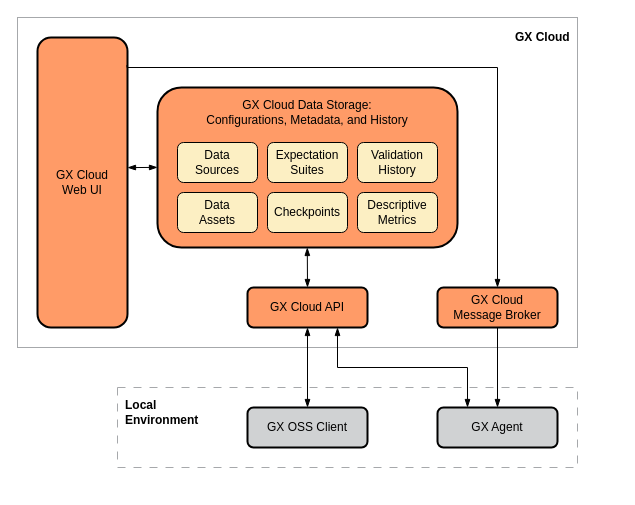
The draw.io diagram page "gx-cloud-architecture" (1 of 5) of docs/docusaurus/docs/cloud/architecture_deployment_images/gx_cloud_architecture_and_deployment_diagrams.drawio in great-expectations/great_expectations, before the edit. Source tidied: cells renumbered, new cells numbered last; positions are measured from the earlier drawing's top-left corner, leaving out a move shared by most shapes. Both pictures are drawn from the tidied source at 100%, with x=0, y=0 at pixel (17, 17).
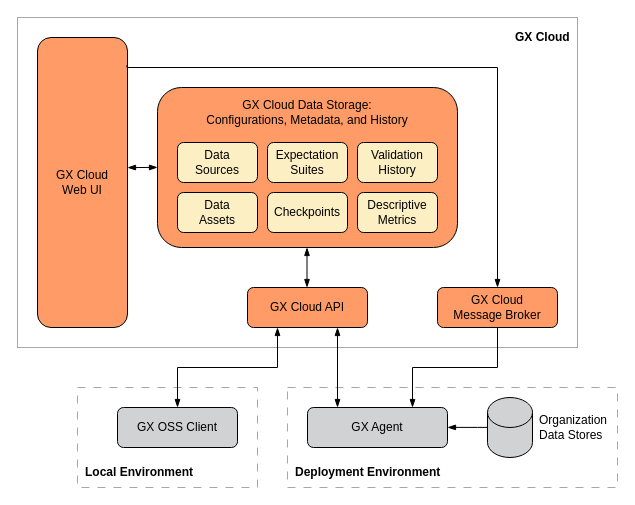
The same page after the edit.

Commit message (it also covers changes not shown here):
update About GX Cloud to reference GX Agent running in deployment environment

The edit, as a diff of the source:
```diff
@@
+    <mxCell id="25" style="rounded=0;whiteSpace=wrap;html=1;strokeColor=#A6A8AB;fillColor=none;dashed=1;perimeterSpacing=0;dashPattern=8 8;" parent="1" vertex="1">
+      <mxGeometry x="270" y="370" width="330" height="100" as="geometry" />
+    </mxCell>
     <mxCell id="2" style="rounded=0;whiteSpace=wrap;html=1;strokeColor=#A6A8AB;fillColor=none;dashed=1;perimeterSpacing=0;dashPattern=8 8;" parent="1" vertex="1">
-      <mxGeometry x="100" y="370" width="460" height="80" as="geometry" />
+      <mxGeometry x="60" y="370" width="180" height="100" as="geometry" />
     </mxCell>
@@
-    <mxCell id="4" style="rounded=1;whiteSpace=wrap;html=1;strokeWidth=2;fillColor=#FF9B67;" parent="1" vertex="1">
+    <mxCell id="4" style="rounded=1;whiteSpace=wrap;html=1;strokeWidth=1;fillColor=#FF9B67;" parent="1" vertex="1">
       <mxGeometry x="140" y="70" width="300" height="160" as="geometry" />
     </mxCell>
-    <mxCell id="5" value="GX Agent" style="rounded=1;whiteSpace=wrap;html=1;glass=0;strokeWidth=2;fillColor=#D0D2D3;" parent="1" vertex="1">
-      <mxGeometry x="420" y="390" width="120" height="40" as="geometry" />
-    </mxCell>
-    <mxCell id="6" value="GX OSS Client" style="rounded=1;whiteSpace=wrap;html=1;fillColor=#d0d2d3;strokeWidth=2;" parent="1" vertex="1">
-      <mxGeometry x="230" y="390" width="120" height="40" as="geometry" />
+    <mxCell id="6" value="GX OSS Client" style="rounded=1;whiteSpace=wrap;html=1;fillColor=#d0d2d3;strokeWidth=1;" parent="1" vertex="1">
+      <mxGeometry x="100" y="390" width="120" height="40" as="geometry" />
     </mxCell>
@@
-    <mxCell id="8" value="GX Cloud&lt;br&gt;Web UI" style="rounded=1;whiteSpace=wrap;html=1;strokeWidth=2;fillColor=#FF9B67;" parent="1" vertex="1">
+    <mxCell id="8" value="GX Cloud&lt;br&gt;Web UI" style="rounded=1;whiteSpace=wrap;html=1;strokeWidth=1;fillColor=#FF9B67;" parent="1" vertex="1">
       <mxGeometry x="20" y="20" width="90" height="290" as="geometry" />
     </mxCell>
-    <mxCell id="9" value="GX Cloud API" style="rounded=1;whiteSpace=wrap;html=1;strokeWidth=2;fillColor=#FF9B67;" parent="1" vertex="1">
+    <mxCell id="9" value="GX Cloud API" style="rounded=1;whiteSpace=wrap;html=1;strokeWidth=1;fillColor=#FF9B67;" parent="1" vertex="1">
       <mxGeometry x="230" y="270" width="120" height="40" as="geometry" />
     </mxCell>
-    <mxCell id="10" style="endArrow=blockThin;startArrow=blockThin;html=1;rounded=0;exitX=0.5;exitY=1;exitDx=0;exitDy=0;edgeStyle=orthogonalEdgeStyle;entryX=0.5;entryY=0;entryDx=0;entryDy=0;startFill=1;endFill=1;" parent="1" edge="1" source="9" target="6">
-      <mxGeometry relative="1" as="geometry" />
+    <mxCell id="10" style="endArrow=blockThin;startArrow=blockThin;html=1;rounded=0;exitX=0.25;exitY=1;exitDx=0;exitDy=0;edgeStyle=orthogonalEdgeStyle;entryX=0.5;entryY=0;entryDx=0;entryDy=0;startFill=1;endFill=1;" parent="1" edge="1" source="9" target="6">
+      <mxGeometry relative="1" as="geometry">
+        <Array as="points">
+          <mxPoint x="260" y="350" />
+          <mxPoint x="160" y="350" />
+        </Array>
+      </mxGeometry>
     </mxCell>
@@
-    <mxCell id="18" value="GX Cloud&lt;br&gt;Message Broker" style="rounded=1;whiteSpace=wrap;html=1;strokeWidth=2;fillColor=#FF9B67;" parent="1" vertex="1">
+    <mxCell id="18" value="GX Cloud&lt;br&gt;Message Broker" style="rounded=1;whiteSpace=wrap;html=1;strokeWidth=1;fillColor=#FF9B67;" parent="1" vertex="1">
       <mxGeometry x="420" y="270" width="120" height="40" as="geometry" />
     </mxCell>
@@
-    <mxCell id="20" style="endArrow=blockThin;startArrow=blockThin;html=1;rounded=0;jumpStyle=none;endFill=1;startFill=1;entryX=0.5;entryY=0;entryDx=0;entryDy=0;" parent="1" edge="1" target="9">
-      <mxGeometry relative="1" as="geometry">
-        <mxPoint x="289.8" y="230" as="sourcePoint" />
-      </mxGeometry>
-    </mxCell>
@@
-    <mxCell id="22" style="endArrow=blockThin;startArrow=blockThin;html=1;rounded=0;exitX=0.75;exitY=1;exitDx=0;exitDy=0;edgeStyle=orthogonalEdgeStyle;entryX=0.25;entryY=0;entryDx=0;entryDy=0;endFill=1;startFill=1;" parent="1" edge="1" source="9" target="5">
-      <mxGeometry relative="1" as="geometry">
-        <Array as="points">
-          <mxPoint x="320" y="350" />
-          <mxPoint x="450" y="350" />
-        </Array>
-      </mxGeometry>
-    </mxCell>
     <mxCell id="23" value="&lt;b&gt;Local Environment&lt;/b&gt;" style="text;html=1;strokeColor=none;fillColor=none;align=left;verticalAlign=middle;whiteSpace=wrap;rounded=0;spacing=8;" parent="1" vertex="1">
-      <mxGeometry x="100" y="370" width="90" height="50" as="geometry" />
+      <mxGeometry x="60" y="440" width="130" height="30" as="geometry" />
     </mxCell>
-    <mxCell id="24" style="endArrow=blockThin;startArrow=none;html=1;rounded=0;edgeStyle=orthogonalEdgeStyle;entryX=0.5;entryY=0;entryDx=0;entryDy=0;endFill=1;startFill=0;exitX=0.5;exitY=1;exitDx=0;exitDy=0;" parent="1" edge="1" source="18" target="5">
-      <mxGeometry relative="1" as="geometry" />
+    <mxCell id="24" style="endArrow=blockThin;startArrow=none;html=1;rounded=0;edgeStyle=orthogonalEdgeStyle;endFill=1;startFill=0;exitX=0.5;exitY=1;exitDx=0;exitDy=0;entryX=0.75;entryY=0;entryDx=0;entryDy=0;" parent="1" edge="1" source="18" target="5">
+      <mxGeometry relative="1" as="geometry">
+        <Array as="points">
+          <mxPoint x="480" y="350" />
+          <mxPoint x="395" y="350" />
+        </Array>
+      </mxGeometry>
     </mxCell>
+    <mxCell id="26" value="&lt;b&gt;Deployment Environment&lt;/b&gt;" style="text;html=1;strokeColor=none;fillColor=none;align=left;verticalAlign=middle;whiteSpace=wrap;rounded=0;spacing=8;" parent="1" vertex="1">
+      <mxGeometry x="270" y="440" width="160" height="30" as="geometry" />
+    </mxCell>
+    <mxCell id="27" value="Organization Data Stores" style="text;html=1;strokeColor=none;fillColor=none;align=left;verticalAlign=middle;whiteSpace=wrap;rounded=0;" parent="1" vertex="1">
+      <mxGeometry x="520" y="380" width="80" height="60" as="geometry" />
+    </mxCell>
+    <mxCell id="28" style="endArrow=blockThin;startArrow=none;html=1;rounded=0;edgeStyle=orthogonalEdgeStyle;endFill=1;startFill=0;" parent="1" edge="1">
+      <mxGeometry relative="1" as="geometry">
+        <mxPoint x="470" y="409.9" as="sourcePoint" />
+        <mxPoint x="430" y="409.9" as="targetPoint" />
+        <Array as="points">
+          <mxPoint x="460" y="409.9" />
+          <mxPoint x="460" y="409.9" />
+        </Array>
+      </mxGeometry>
+    </mxCell>
+    <mxCell id="5" value="GX Agent" style="rounded=1;whiteSpace=wrap;html=1;glass=0;strokeWidth=1;fillColor=#D0D2D3;" parent="1" vertex="1">
+      <mxGeometry x="290" y="390" width="140" height="40" as="geometry" />
+    </mxCell>
+    <mxCell id="29" style="endArrow=blockThin;startArrow=blockThin;html=1;rounded=0;jumpStyle=none;endFill=1;startFill=1;" parent="1" edge="1">
+      <mxGeometry relative="1" as="geometry">
+        <mxPoint x="320" y="310" as="sourcePoint" />
+        <mxPoint x="320" y="390" as="targetPoint" />
+      </mxGeometry>
+    </mxCell>
+    <mxCell id="30" style="endArrow=blockThin;startArrow=blockThin;html=1;rounded=0;jumpStyle=none;endFill=1;startFill=1;" parent="1" edge="1">
+      <mxGeometry relative="1" as="geometry">
+        <mxPoint x="289.5" y="270" as="sourcePoint" />
+        <mxPoint x="289.5" y="230" as="targetPoint" />
+      </mxGeometry>
+    </mxCell>
+    <mxCell id="31" style="shape=cylinder3;whiteSpace=wrap;html=1;boundedLbl=1;backgroundOutline=1;size=15;strokeWidth=1;fillColor=#D0D2D3;" parent="1" vertex="1">
+      <mxGeometry x="470" y="380" width="45" height="60" as="geometry" />
+    </mxCell>
```
